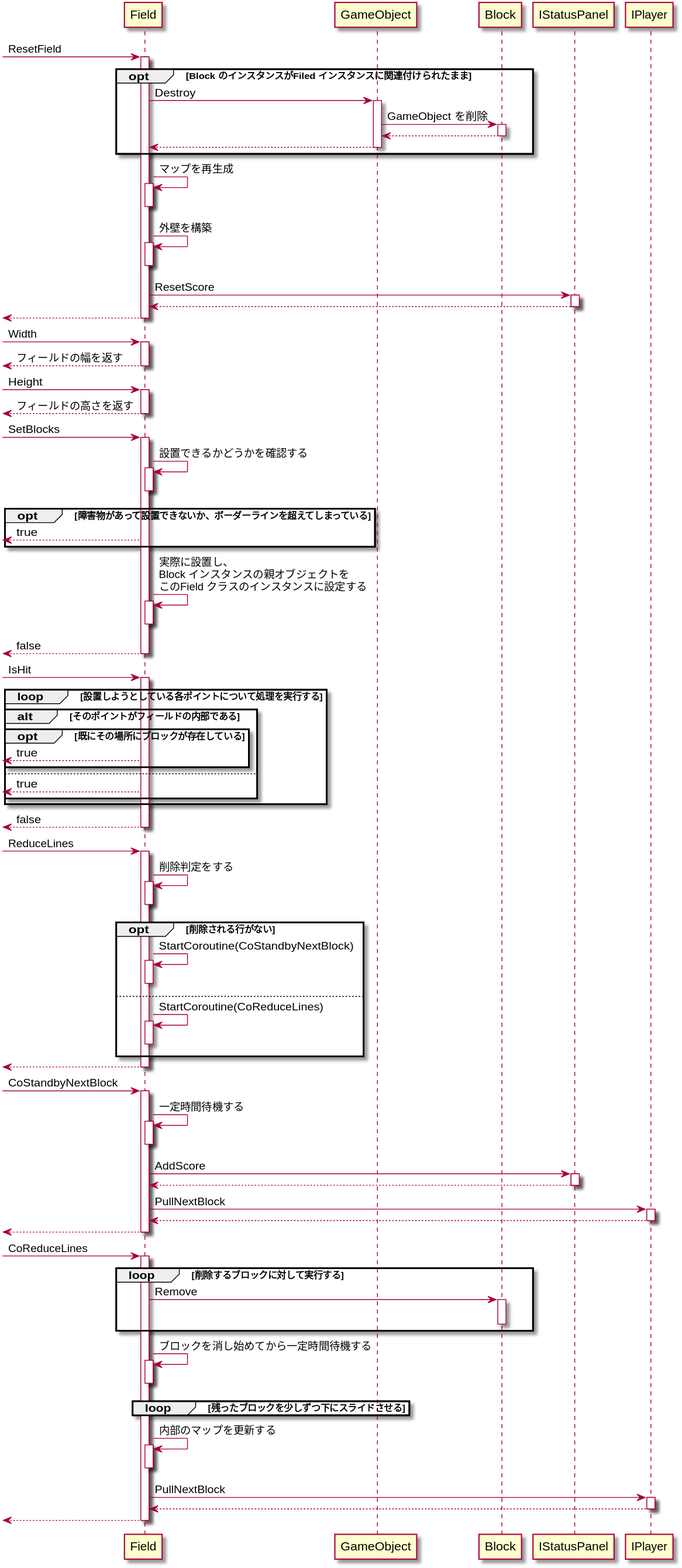
azarashin/UnityTetris keeps this PlantUML diagram as plant_uml/SQD_Field.svg. Above is the earlier version. The source it was exported from:
```plantuml
@startuml

[-> Field : ResetField
activate Field
    opt Block のインスタンスがFiled インスタンスに関連付けられたまま
        Field -> GameObject : Destroy
        activate GameObject
            GameObject -> Block : GameObject を削除
            activate Block
                GameObject <-- Block
            deactivate Block
            Field <-- GameObject
        deactivate GameObject
    end
    Field -> Field : マップを再生成
    activate Field
    deactivate Field
    Field -> Field : 外壁を構築
    activate Field
    deactivate Field
    Field -> IStatusPanel : ResetScore
    activate IStatusPanel
        Field <-- IStatusPanel
    deactivate IStatusPanel
    [<-- Field
deactivate Field

[-> Field : Width
activate Field
    [<-- Field : フィールドの幅を返す
deactivate Field

[-> Field : Height
activate Field
    [<-- Field : フィールドの高さを返す
deactivate Field

[-> Field : SetBlocks
activate Field
    Field -> Field : 設置できるかどうかを確認する
    activate Field
    deactivate Field
    opt 障害物があって設置できないか、ボーダーラインを超えてしまっている
        [<-- Field : true
    end
    Field -> Field : 実際に設置し、\nBlock インスタンスの親オブジェクトを\nこのField クラスのインスタンスに設定する
    activate Field
    deactivate Field

    [<-- Field : false
deactivate Field

[-> Field : IsHit
activate Field
    loop 設置しようとしている各ポイントについて処理を実行する
        alt そのポイントがフィールドの内部である
            opt 既にその場所にブロックが存在している
                [<-- Field : true
            end
        else
            [<-- Field : true
        end
    end
    [<-- Field : false
deactivate Field

[-> Field : ReduceLines
activate Field
    Field -> Field : 削除判定をする
    activate Field
    deactivate Field
    opt 削除される行がない
        Field -> Field : StartCoroutine(CoStandbyNextBlock)
            activate Field
            deactivate Field
    else
        Field -> Field : StartCoroutine(CoReduceLines)
            activate Field
            deactivate Field
    end

    [<-- Field
deactivate Field

[-> Field : CoStandbyNextBlock
activate Field
    Field -> Field : 一定時間待機する
    activate Field
    deactivate Field
    Field -> IStatusPanel : AddScore
    activate IStatusPanel
        Field <-- IStatusPanel
    deactivate IStatusPanel
    Field -> IPlayer : PullNextBlock
    activate IPlayer
        Field <-- IPlayer
    deactivate IPlayer
    [<-- Field
deactivate Field

[-> Field : CoReduceLines
activate Field
    loop 削除するブロックに対して実行する
        Field -> Block : Remove
        activate Block
        deactivate Block
    end
    Field -> Field : ブロックを消し始めてから一定時間待機する
    activate Field
    deactivate Field
    loop 残ったブロックを少しずつ下にスライドさせる
    end
    Field -> Field : 内部のマップを更新する
    activate Field
    deactivate Field
    Field -> IPlayer : PullNextBlock
    activate IPlayer
        Field <-- IPlayer
    deactivate IPlayer
    [<-- Field
deactivate Field

@enduml
```
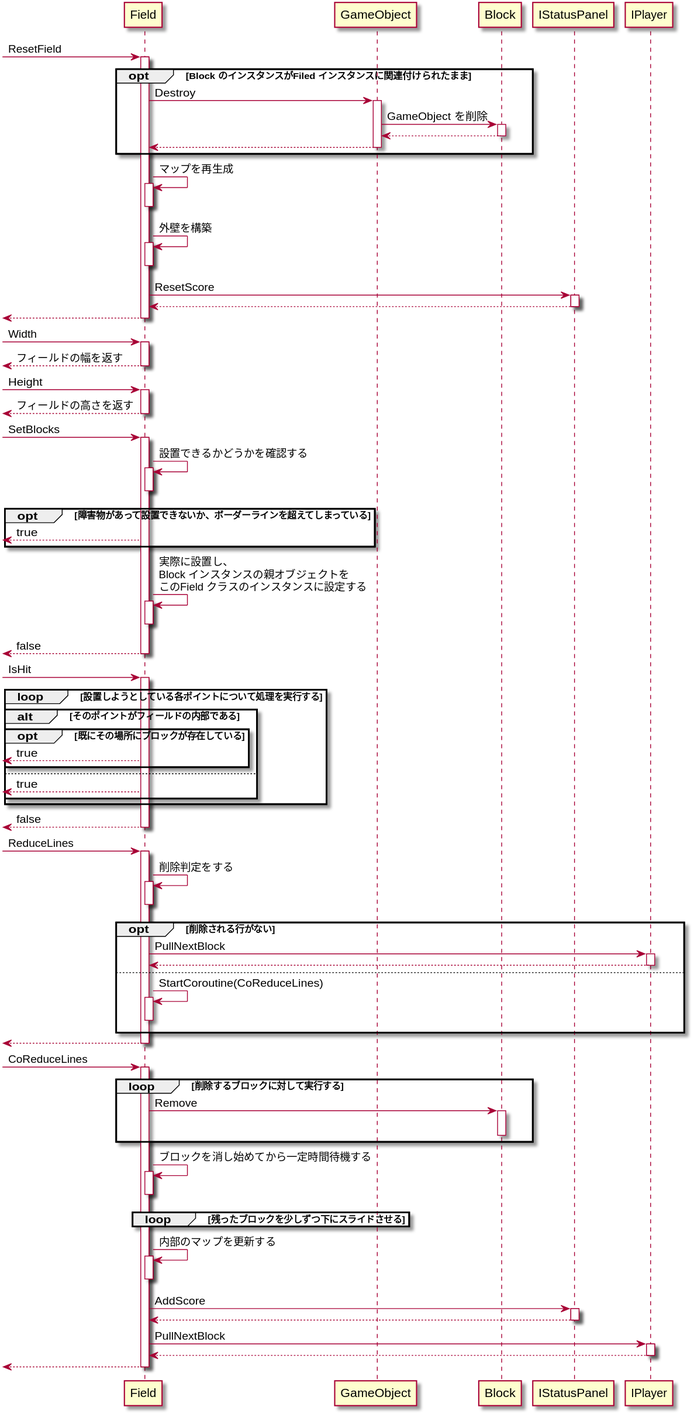
The same file after the commit.

The edit, as a diff of the source:
```diff
@@ -70,31 +70,16 @@
     activate Field
     deactivate Field
     opt 削除される行がない
-        Field -> Field : StartCoroutine(CoStandbyNextBlock)
-            activate Field
-            deactivate Field
+        Field -> IPlayer : PullNextBlock
+        activate IPlayer
+            Field <-- IPlayer
+        deactivate IPlayer
     else
         Field -> Field : StartCoroutine(CoReduceLines)
-            activate Field
-            deactivate Field
+        activate Field
+        deactivate Field
     end
 
-    [<-- Field
-deactivate Field
-
-[-> Field : CoStandbyNextBlock
-activate Field
-    Field -> Field : 一定時間待機する
-    activate Field
-    deactivate Field
-    Field -> IStatusPanel : AddScore
-    activate IStatusPanel
-        Field <-- IStatusPanel
-    deactivate IStatusPanel
-    Field -> IPlayer : PullNextBlock
-    activate IPlayer
-        Field <-- IPlayer
-    deactivate IPlayer
     [<-- Field
 deactivate Field
 
@@ -113,6 +98,10 @@
     Field -> Field : 内部のマップを更新する
     activate Field
     deactivate Field
+    Field -> IStatusPanel : AddScore
+    activate IStatusPanel
+        Field <-- IStatusPanel
+    deactivate IStatusPanel
     Field -> IPlayer : PullNextBlock
     activate IPlayer
         Field <-- IPlayer
```
